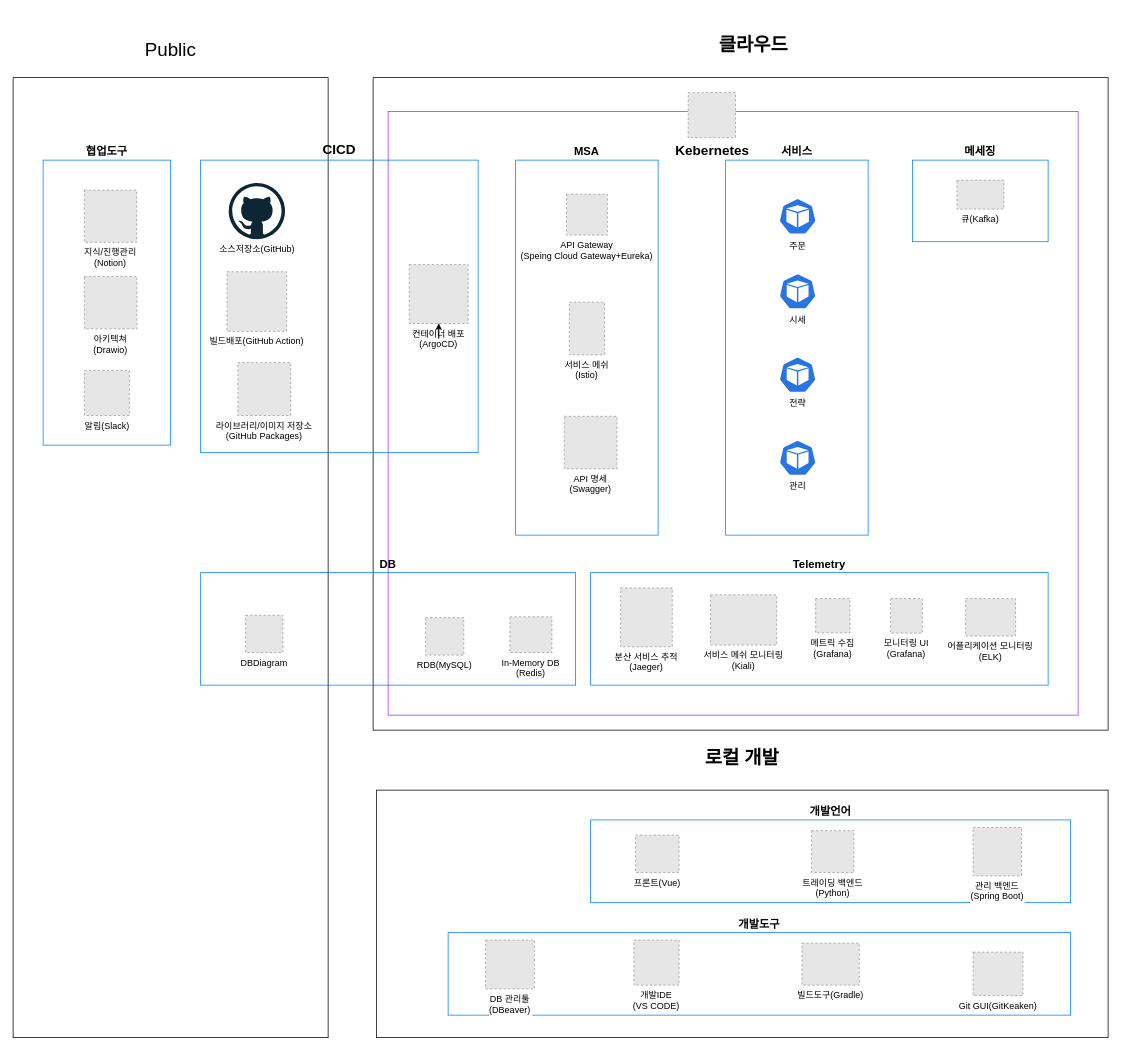
The draw.io diagram studyarch.drawio in heungki/drawio, before the edit. Source tidied: cells renumbered, new cells numbered last; positions are measured from the earlier drawing's top-left corner, leaving out a move shared by most shapes. Both pictures are drawn from the tidied source at 75%, with x=0, y=0 at pixel (13, 77). Pictures stored in the file or linked from it are replaced by grey dashed boxes.
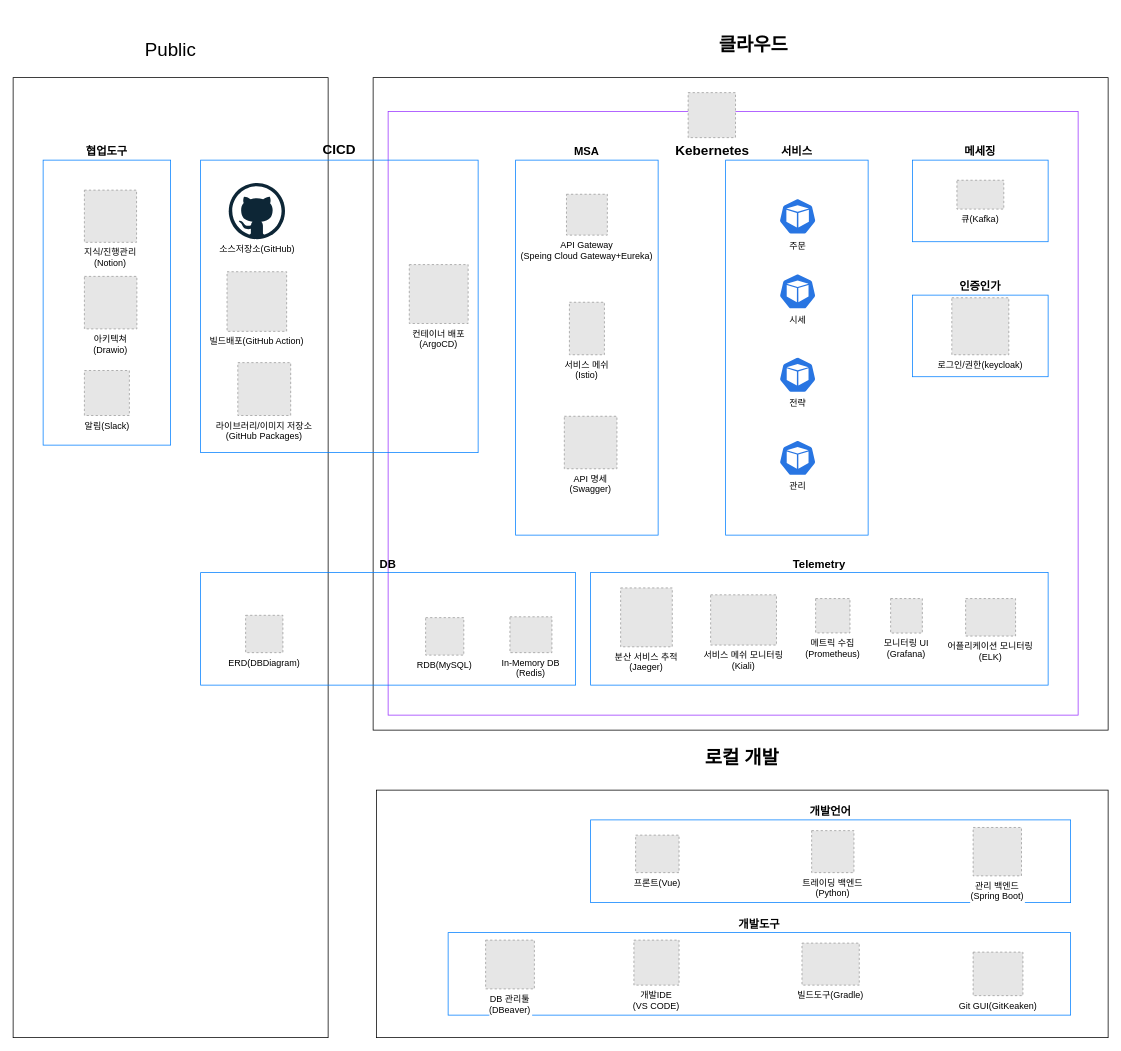
The same diagram, later.

The change refers to these unchanged cells:
```xml
<mxCell id="14" value="컨테이너 배포&#10;(ArgoCD)" style="fillColor=#E6E6E6;strokeColor=#999999;dashed=1;verticalLabelPosition=bottom;labelBackgroundColor=default;verticalAlign=top;" parent="1" vertex="1">
  <mxGeometry x="528.2" y="249.3" width="78.5" height="78.5" as="geometry" />
</mxCell>
```

Diff of the diagram source:
```diff
@@
-    <mxCell id="24" value="메트릭 수집&#10;(Grafana)" style="fillColor=#E6E6E6;strokeColor=#999999;dashed=1;verticalLabelPosition=bottom;labelBackgroundColor=default;verticalAlign=top;" parent="1" vertex="1">
+    <mxCell id="24" value="메트릭 수집&#10;(Prometheus)" style="fillColor=#E6E6E6;strokeColor=#999999;dashed=1;verticalLabelPosition=bottom;labelBackgroundColor=default;verticalAlign=top;" parent="1" vertex="1">
       <mxGeometry x="1070" y="694.6" width="45.8" height="45.8" as="geometry" />
     </mxCell>
@@
-    <mxCell id="39" value="DBDiagram" style="fillColor=#E6E6E6;strokeColor=#999999;dashed=1;verticalLabelPosition=bottom;labelBackgroundColor=default;verticalAlign=top;" parent="1" vertex="1">
+    <mxCell id="39" value="ERD(DBDiagram)" style="fillColor=#E6E6E6;strokeColor=#999999;dashed=1;verticalLabelPosition=bottom;labelBackgroundColor=default;verticalAlign=top;" parent="1" vertex="1">
       <mxGeometry x="310" y="716.9" width="49.7" height="49.8" as="geometry" />
     </mxCell>
@@
-    <mxCell id="46" style="edgeStyle=orthogonalEdgeStyle;rounded=0;orthogonalLoop=1;jettySize=auto;html=1;exitX=0.5;exitY=1;exitDx=0;exitDy=0;" parent="1" edge="1" source="14" target="14">
-      <mxGeometry relative="1" as="geometry" />
-    </mxCell>
+    <mxCell id="47" value="&lt;b&gt;인증인가&lt;/b&gt;" style="rounded=0;whiteSpace=wrap;html=1;fillColor=none;align=center;labelPosition=center;verticalLabelPosition=top;verticalAlign=bottom;spacing=2;noLabel=0;fontSize=15;strokeColor=#007FFF;" parent="1" vertex="1">
+      <mxGeometry x="1199.3" y="290" width="180.7" height="108.8" as="geometry" />
+    </mxCell>
+    <mxCell id="48" value="로그인/권한(keycloak)" style="fillColor=#E6E6E6;strokeColor=#999999;dashed=1;verticalLabelPosition=bottom;labelBackgroundColor=default;verticalAlign=top;" parent="1" vertex="1">
+      <mxGeometry x="1251.6" y="293.5" width="76" height="76" as="geometry" />
+    </mxCell>
```
